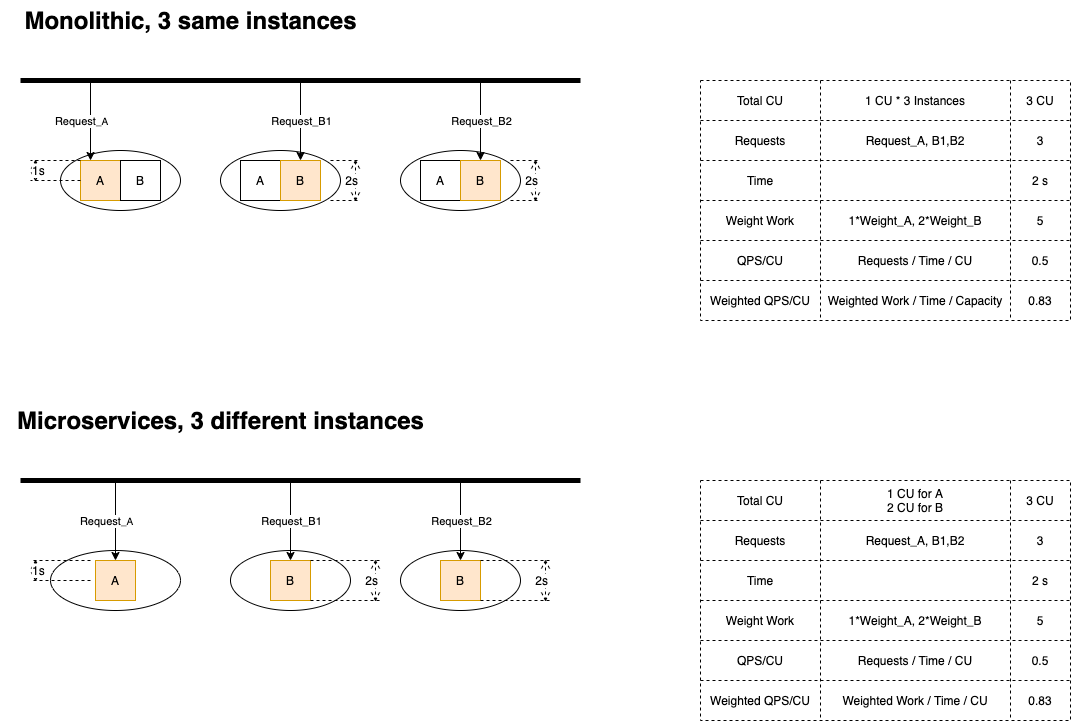
Earlier version of the draw.io export 2021-11-how-independent-scaling-helps-with-performance/same-min-cu-different-rt/parallel/no-dep-1v2.drawio.png (chenjianjx/cjx-diagrams). Source tidied: cells renumbered, new cells last; positions are measured from the earlier drawing's top-left corner, leaving out a move shared by most shapes.
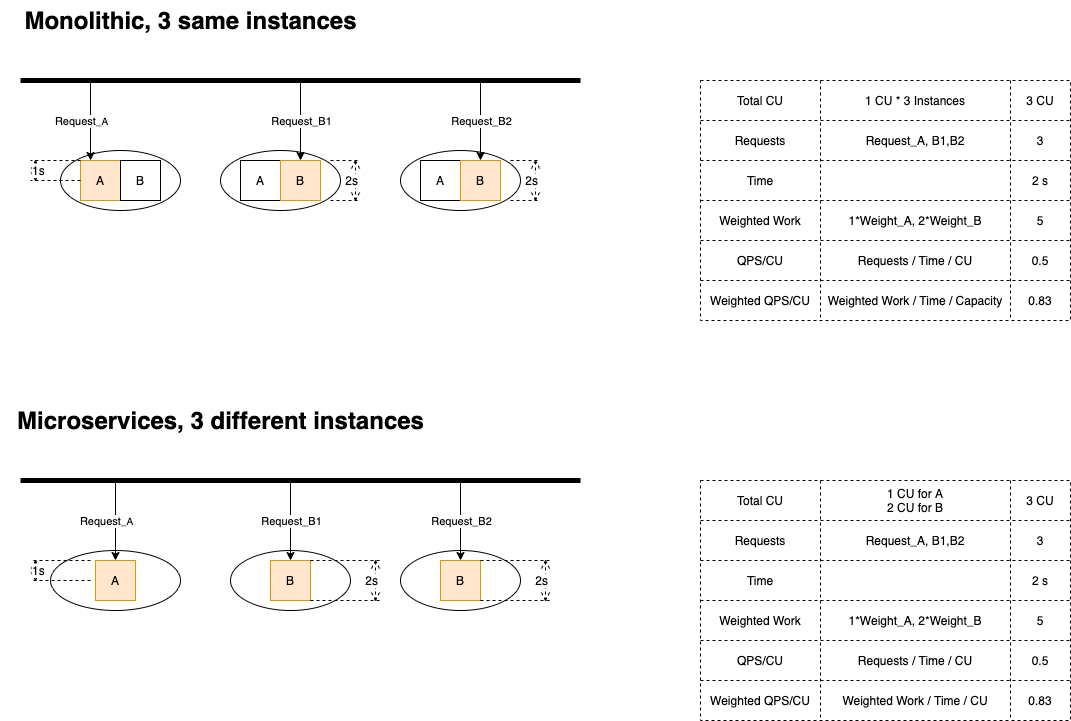
Above is the later version.

Change to the diagram source:
```diff
@@ -78,7 +78,7 @@
     <mxCell id="23" style="shape=partialRectangle;html=1;whiteSpace=wrap;fillColor=none;top=0;left=0;bottom=0;right=0;" parent="10" vertex="1">
       <mxGeometry y="120" width="370" height="40" as="geometry" />
     </mxCell>
-    <mxCell id="24" value="&lt;span&gt;Weight Work&lt;/span&gt;" style="shape=partialRectangle;html=1;whiteSpace=wrap;fillColor=none;top=0;left=0;bottom=0;right=0;overflow=hidden;" parent="23" vertex="1">
+    <mxCell id="24" value="&lt;span&gt;Weighted Work&lt;/span&gt;" style="shape=partialRectangle;html=1;whiteSpace=wrap;fillColor=none;top=0;left=0;bottom=0;right=0;overflow=hidden;" parent="23" vertex="1">
       <mxGeometry width="120" height="40" as="geometry" />
     </mxCell>
     <mxCell id="25" value="&lt;span&gt;1*Weight_A, 2*Weight_B&lt;/span&gt;" style="shape=partialRectangle;html=1;whiteSpace=wrap;fillColor=none;top=0;left=0;bottom=0;right=0;overflow=hidden;" parent="23" vertex="1">
@@ -156,7 +156,7 @@
     <mxCell id="49" style="shape=partialRectangle;html=1;whiteSpace=wrap;fillColor=none;top=0;left=0;bottom=0;right=0;" parent="36" vertex="1">
       <mxGeometry y="120" width="370" height="40" as="geometry" />
     </mxCell>
-    <mxCell id="50" value="Weight Work" style="shape=partialRectangle;html=1;whiteSpace=wrap;fillColor=none;top=0;left=0;bottom=0;right=0;overflow=hidden;" parent="49" vertex="1">
+    <mxCell id="50" value="Weighted Work" style="shape=partialRectangle;html=1;whiteSpace=wrap;fillColor=none;top=0;left=0;bottom=0;right=0;overflow=hidden;" parent="49" vertex="1">
       <mxGeometry width="120" height="40" as="geometry" />
     </mxCell>
     <mxCell id="51" value="&lt;span&gt;1*Weight_A, 2*Weight_B&lt;/span&gt;" style="shape=partialRectangle;html=1;whiteSpace=wrap;fillColor=none;top=0;left=0;bottom=0;right=0;overflow=hidden;" parent="49" vertex="1">
```
